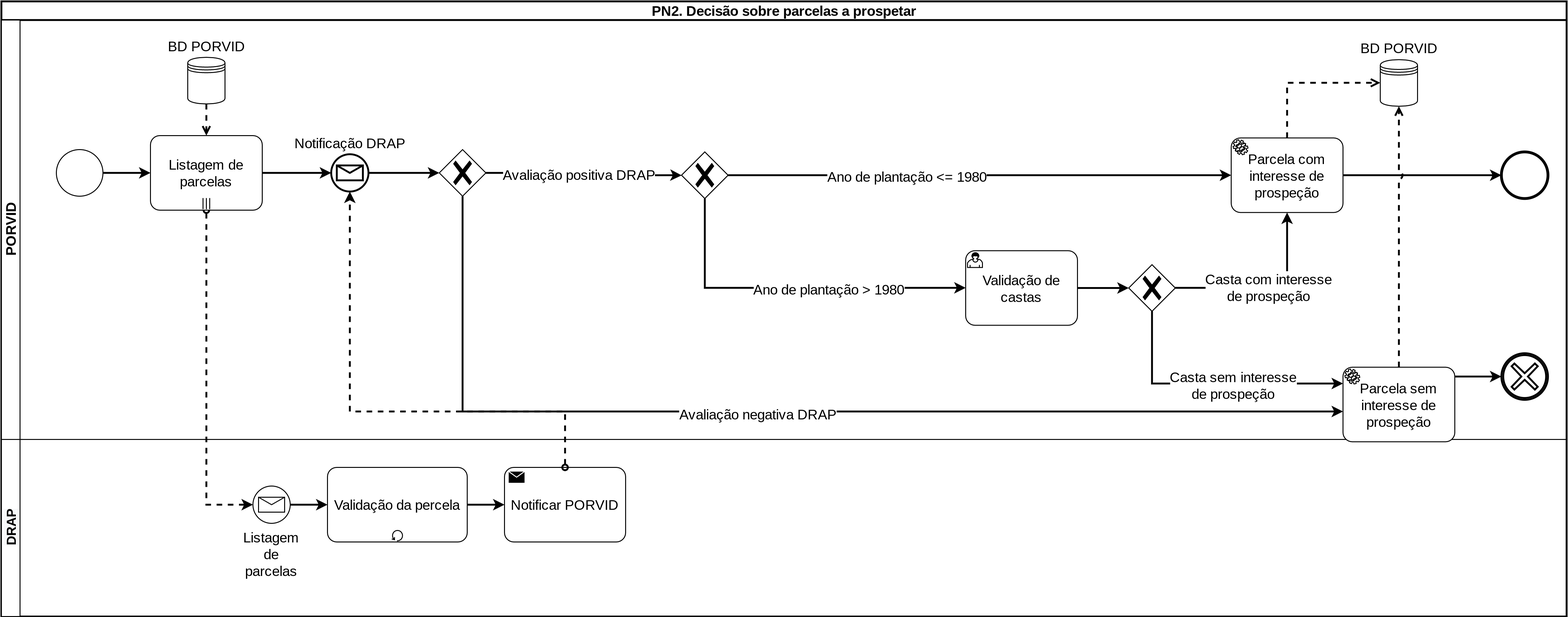
Above: docs/diagramas/export/v03_PN2.png in hdiogosilva/sos-vitis (draw.io), before the change. Source tidied: cells renumbered, new cells last; positions are measured from the earlier drawing's top-left corner, leaving out a move shared by most shapes.
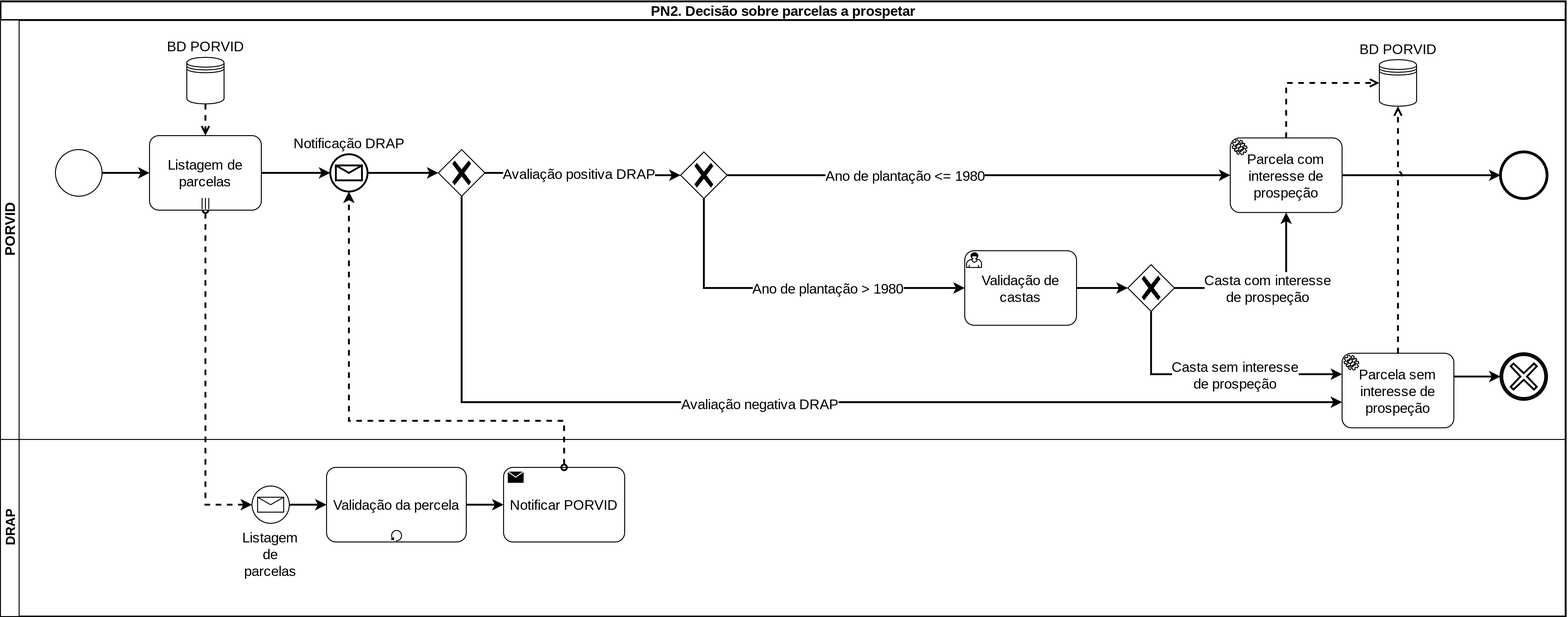
After the change.

What changed in the source:
```diff
@@ -5,7 +5,7 @@
     <mxCell id="2" value="&lt;span style=&quot;font-size: 15px ; background-color: rgb(255 , 255 , 255)&quot;&gt;PN2.&amp;nbsp;&lt;/span&gt;&lt;span style=&quot;font-size: 15px&quot;&gt;Decisão sobre parcelas a prospetar&lt;/span&gt;" style="swimlane;html=1;horizontal=1;startSize=20;strokeWidth=2;" parent="1" vertex="1">
       <mxGeometry width="1680" height="660" as="geometry" />
     </mxCell>
-    <mxCell id="3" style="edgeStyle=orthogonalEdgeStyle;rounded=0;jumpStyle=arc;jettySize=auto;html=1;labelBackgroundColor=default;fontSize=15;startArrow=oval;startFill=0;endArrow=classic;endFill=1;strokeWidth=2;dashed=1;" parent="2" edge="1" source="23" target="37">
+    <mxCell id="3" style="edgeStyle=orthogonalEdgeStyle;rounded=0;jumpStyle=arc;jettySize=auto;html=1;labelBackgroundColor=default;fontSize=15;startArrow=oval;startFill=0;endArrow=classic;endFill=1;strokeWidth=2;dashed=1;" parent="2" edge="1" source="23" target="43">
       <mxGeometry relative="1" as="geometry">
         <Array as="points">
           <mxPoint x="220" y="540" />
@@ -117,58 +117,58 @@
     <mxCell id="31" style="points=[[0.25,0.25,0],[0.5,0,0],[0.75,0.25,0],[1,0.5,0],[0.75,0.75,0],[0.5,1,0],[0.25,0.75,0],[0,0.5,0]];shape=mxgraph.bpmn.gateway2;html=1;verticalLabelPosition=bottom;labelBackgroundColor=#ffffff;verticalAlign=top;align=center;perimeter=rhombusPerimeter;outlineConnect=0;outline=none;symbol=none;gwType=exclusive;rounded=0;shadow=0;glass=0;sketch=0;fontSize=15;" parent="4" vertex="1">
       <mxGeometry x="470" y="139" width="50" height="50" as="geometry" />
     </mxCell>
-    <mxCell id="32" value="&lt;span style=&quot;font-size: 14px ; background-color: rgb(248 , 249 , 250)&quot;&gt;DRAP&lt;/span&gt;" style="swimlane;html=1;startSize=20;horizontal=0;" parent="2" vertex="1">
-      <mxGeometry y="470" width="1680" height="190" as="geometry" />
+    <mxCell id="32" value="Parcela sem interesse de prospeção" style="points=[[0.25,0,0],[0.5,0,0],[0.75,0,0],[1,0.25,0],[1,0.5,0],[1,0.75,0],[0.75,1,0],[0.5,1,0],[0.25,1,0],[0,0.75,0],[0,0.5,0],[0,0.25,0]];shape=mxgraph.bpmn.task;whiteSpace=wrap;rectStyle=rounded;size=10;taskMarker=service;fontSize=15;" parent="4" vertex="1">
+      <mxGeometry x="1440" y="357.5" width="120" height="80" as="geometry" />
     </mxCell>
-    <mxCell id="33" value="Notificar PORVID" style="points=[[0.25,0,0],[0.5,0,0],[0.75,0,0],[1,0.25,0],[1,0.5,0],[1,0.75,0],[0.75,1,0],[0.5,1,0],[0.25,1,0],[0,0.75,0],[0,0.5,0],[0,0.25,0]];shape=mxgraph.bpmn.task;whiteSpace=wrap;rectStyle=rounded;size=10;taskMarker=send;rounded=0;shadow=0;glass=0;sketch=0;fontSize=15;align=center;verticalAlign=middle;html=1;" parent="32" vertex="1">
-      <mxGeometry x="540" y="30" width="130" height="80" as="geometry" />
+    <mxCell id="33" style="edgeStyle=orthogonalEdgeStyle;rounded=0;jettySize=auto;html=1;dashed=1;fontSize=15;endArrow=open;endFill=0;strokeWidth=2;jumpStyle=arc;" parent="4" edge="1" source="32" target="25">
+      <mxGeometry relative="1" as="geometry" />
     </mxCell>
-    <mxCell id="34" style="edgeStyle=orthogonalEdgeStyle;rounded=0;jettySize=auto;html=1;fontSize=15;startArrow=none;startFill=0;endArrow=classic;endFill=1;strokeWidth=2;" parent="32" edge="1" source="35" target="33">
-      <mxGeometry relative="1" as="geometry" />
+    <mxCell id="34" style="edgeStyle=orthogonalEdgeStyle;rounded=0;jumpStyle=arc;jettySize=auto;html=1;labelBackgroundColor=default;fontSize=15;startArrow=none;startFill=0;endArrow=classic;endFill=1;strokeWidth=2;" parent="4" edge="1" source="31" target="32">
+      <mxGeometry relative="1" as="geometry">
+        <Array as="points">
+          <mxPoint x="495" y="410" />
+        </Array>
+      </mxGeometry>
     </mxCell>
-    <mxCell id="35" value="Validação da percela" style="points=[[0.25,0,0],[0.5,0,0],[0.75,0,0],[1,0.25,0],[1,0.5,0],[1,0.75,0],[0.75,1,0],[0.5,1,0],[0.25,1,0],[0,0.75,0],[0,0.5,0],[0,0.25,0]];shape=mxgraph.bpmn.task;whiteSpace=wrap;rectStyle=rounded;size=10;taskMarker=abstract;isLoopStandard=1;fillColor=none;fontSize=15;" parent="32" vertex="1">
-      <mxGeometry x="350" y="30" width="150" height="80" as="geometry" />
+    <mxCell id="35" value="Avaliação negativa DRAP" style="edgeLabel;html=1;align=center;verticalAlign=middle;points=[];fontSize=15;" parent="34" vertex="1">
+      <mxGeometry x="-0.07" y="-1" relative="1" as="geometry" />
     </mxCell>
-    <mxCell id="36" style="edgeStyle=orthogonalEdgeStyle;rounded=0;jumpStyle=arc;jettySize=auto;html=1;labelBackgroundColor=default;fontSize=15;startArrow=none;startFill=0;endArrow=classic;endFill=1;strokeWidth=2;" parent="32" edge="1" source="37" target="35">
-      <mxGeometry relative="1" as="geometry" />
+    <mxCell id="36" style="edgeStyle=orthogonalEdgeStyle;rounded=0;jettySize=auto;html=1;fontSize=15;endArrow=classic;endFill=1;strokeWidth=2;" parent="4" edge="1" source="21" target="32">
+      <mxGeometry relative="1" as="geometry">
+        <Array as="points">
+          <mxPoint x="1235" y="380" />
+        </Array>
+      </mxGeometry>
     </mxCell>
-    <mxCell id="37" value="&lt;font face=&quot;arial, sans-serif&quot;&gt;Listagem de parcelas&lt;br&gt;&lt;/font&gt;" style="points=[[0.145,0.145,0],[0.5,0,0],[0.855,0.145,0],[1,0.5,0],[0.855,0.855,0],[0.5,1,0],[0.145,0.855,0],[0,0.5,0]];shape=mxgraph.bpmn.event;html=1;verticalLabelPosition=bottom;labelBackgroundColor=#ffffff;verticalAlign=top;align=center;perimeter=ellipsePerimeter;outlineConnect=0;outline=standard;symbol=message;rounded=0;shadow=0;glass=0;sketch=0;fontSize=15;whiteSpace=wrap;" parent="32" vertex="1">
-      <mxGeometry x="270" y="50" width="40" height="40" as="geometry" />
+    <mxCell id="37" value="Casta sem interesse&lt;br&gt;de prospeção" style="edgeLabel;html=1;align=center;verticalAlign=middle;points=[];fontSize=15;" parent="36" vertex="1">
+      <mxGeometry x="0.15" y="6" relative="1" as="geometry">
+        <mxPoint y="6" as="offset" />
+      </mxGeometry>
     </mxCell>
-    <mxCell id="38" style="edgeStyle=orthogonalEdgeStyle;rounded=0;jumpStyle=arc;jettySize=auto;html=1;dashed=1;labelBackgroundColor=default;fontSize=15;startArrow=oval;startFill=0;endArrow=classic;endFill=1;strokeWidth=2;" parent="2" edge="1" source="33" target="28">
-      <mxGeometry relative="1" as="geometry">
-        <Array as="points">
-          <mxPoint x="605" y="440" />
-          <mxPoint x="374" y="440" />
-        </Array>
-      </mxGeometry>
+    <mxCell id="38" value="&lt;span style=&quot;font-size: 14px ; background-color: rgb(248 , 249 , 250)&quot;&gt;DRAP&lt;/span&gt;" style="swimlane;html=1;startSize=20;horizontal=0;" parent="2" vertex="1">
+      <mxGeometry y="470" width="1680" height="190" as="geometry" />
     </mxCell>
-    <mxCell id="39" value="Parcela sem interesse de prospeção" style="points=[[0.25,0,0],[0.5,0,0],[0.75,0,0],[1,0.25,0],[1,0.5,0],[1,0.75,0],[0.75,1,0],[0.5,1,0],[0.25,1,0],[0,0.75,0],[0,0.5,0],[0,0.25,0]];shape=mxgraph.bpmn.task;whiteSpace=wrap;rectStyle=rounded;size=10;taskMarker=service;fontSize=15;" parent="1" vertex="1">
-      <mxGeometry x="1440" y="392.5" width="120" height="80" as="geometry" />
+    <mxCell id="39" value="Notificar PORVID" style="points=[[0.25,0,0],[0.5,0,0],[0.75,0,0],[1,0.25,0],[1,0.5,0],[1,0.75,0],[0.75,1,0],[0.5,1,0],[0.25,1,0],[0,0.75,0],[0,0.5,0],[0,0.25,0]];shape=mxgraph.bpmn.task;whiteSpace=wrap;rectStyle=rounded;size=10;taskMarker=send;rounded=0;shadow=0;glass=0;sketch=0;fontSize=15;align=center;verticalAlign=middle;html=1;" parent="38" vertex="1">
+      <mxGeometry x="540" y="30" width="130" height="80" as="geometry" />
     </mxCell>
-    <mxCell id="40" style="edgeStyle=orthogonalEdgeStyle;rounded=0;jettySize=auto;html=1;dashed=1;fontSize=15;endArrow=open;endFill=0;strokeWidth=2;jumpStyle=arc;" parent="1" edge="1" source="39" target="25">
+    <mxCell id="40" style="edgeStyle=orthogonalEdgeStyle;rounded=0;jettySize=auto;html=1;fontSize=15;startArrow=none;startFill=0;endArrow=classic;endFill=1;strokeWidth=2;" parent="38" edge="1" source="41" target="39">
       <mxGeometry relative="1" as="geometry" />
     </mxCell>
-    <mxCell id="41" style="edgeStyle=orthogonalEdgeStyle;rounded=0;jumpStyle=arc;jettySize=auto;html=1;labelBackgroundColor=default;fontSize=15;startArrow=none;startFill=0;endArrow=classic;endFill=1;strokeWidth=2;" parent="1" edge="1" source="31" target="39">
-      <mxGeometry relative="1" as="geometry">
-        <Array as="points">
-          <mxPoint x="495" y="440" />
-        </Array>
-      </mxGeometry>
+    <mxCell id="41" value="Validação da percela" style="points=[[0.25,0,0],[0.5,0,0],[0.75,0,0],[1,0.25,0],[1,0.5,0],[1,0.75,0],[0.75,1,0],[0.5,1,0],[0.25,1,0],[0,0.75,0],[0,0.5,0],[0,0.25,0]];shape=mxgraph.bpmn.task;whiteSpace=wrap;rectStyle=rounded;size=10;taskMarker=abstract;isLoopStandard=1;fillColor=none;fontSize=15;" parent="38" vertex="1">
+      <mxGeometry x="350" y="30" width="150" height="80" as="geometry" />
     </mxCell>
-    <mxCell id="42" value="Avaliação negativa DRAP" style="edgeLabel;html=1;align=center;verticalAlign=middle;fontSize=15;" parent="41" vertex="1">
-      <mxGeometry x="-0.07" y="-1" relative="1" as="geometry" />
+    <mxCell id="42" style="edgeStyle=orthogonalEdgeStyle;rounded=0;jumpStyle=arc;jettySize=auto;html=1;labelBackgroundColor=default;fontSize=15;startArrow=none;startFill=0;endArrow=classic;endFill=1;strokeWidth=2;" parent="38" edge="1" source="43" target="41">
+      <mxGeometry relative="1" as="geometry" />
     </mxCell>
-    <mxCell id="43" style="edgeStyle=orthogonalEdgeStyle;rounded=0;jettySize=auto;html=1;fontSize=15;endArrow=classic;endFill=1;strokeWidth=2;" parent="1" edge="1" source="21" target="39">
-      <mxGeometry relative="1" as="geometry">
-        <Array as="points">
-          <mxPoint x="1235" y="410" />
-        </Array>
-      </mxGeometry>
+    <mxCell id="43" value="&lt;font face=&quot;arial, sans-serif&quot;&gt;Listagem de parcelas&lt;br&gt;&lt;/font&gt;" style="points=[[0.145,0.145,0],[0.5,0,0],[0.855,0.145,0],[1,0.5,0],[0.855,0.855,0],[0.5,1,0],[0.145,0.855,0],[0,0.5,0]];shape=mxgraph.bpmn.event;html=1;verticalLabelPosition=bottom;labelBackgroundColor=#ffffff;verticalAlign=top;align=center;perimeter=ellipsePerimeter;outlineConnect=0;outline=standard;symbol=message;rounded=0;shadow=0;glass=0;sketch=0;fontSize=15;whiteSpace=wrap;" parent="38" vertex="1">
+      <mxGeometry x="270" y="50" width="40" height="40" as="geometry" />
     </mxCell>
-    <mxCell id="44" value="Casta sem interesse&lt;br&gt;de prospeção" style="edgeLabel;html=1;align=center;verticalAlign=middle;fontSize=15;" parent="43" vertex="1">
-      <mxGeometry x="0.15" y="6" relative="1" as="geometry">
-        <mxPoint y="6" as="offset" />
+    <mxCell id="44" style="edgeStyle=orthogonalEdgeStyle;rounded=0;jumpStyle=arc;jettySize=auto;html=1;dashed=1;labelBackgroundColor=default;fontSize=15;startArrow=oval;startFill=0;endArrow=classic;endFill=1;strokeWidth=2;" parent="2" edge="1" source="39" target="28">
+      <mxGeometry relative="1" as="geometry">
+        <Array as="points">
+          <mxPoint x="605" y="450" />
+          <mxPoint x="374" y="450" />
+        </Array>
       </mxGeometry>
     </mxCell>
   </root>
```
